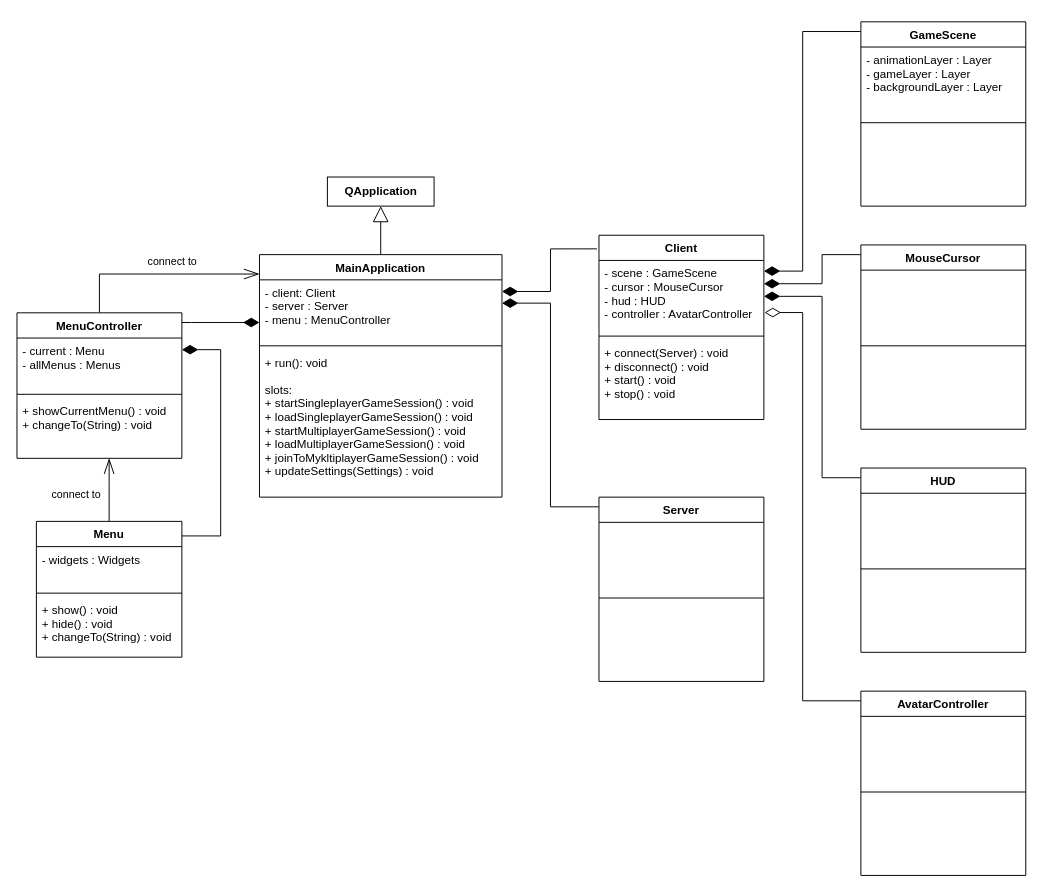
The draw.io diagram doc/class_diagram.drawio in TadekBiela/heisttown, before the edit. Source tidied: cells renumbered, new cells numbered last; positions are measured from the earlier drawing's top-left corner, leaving out a move shared by most shapes. Both pictures are drawn from the tidied source at 97%, with x=0, y=0 at pixel (16, 21).
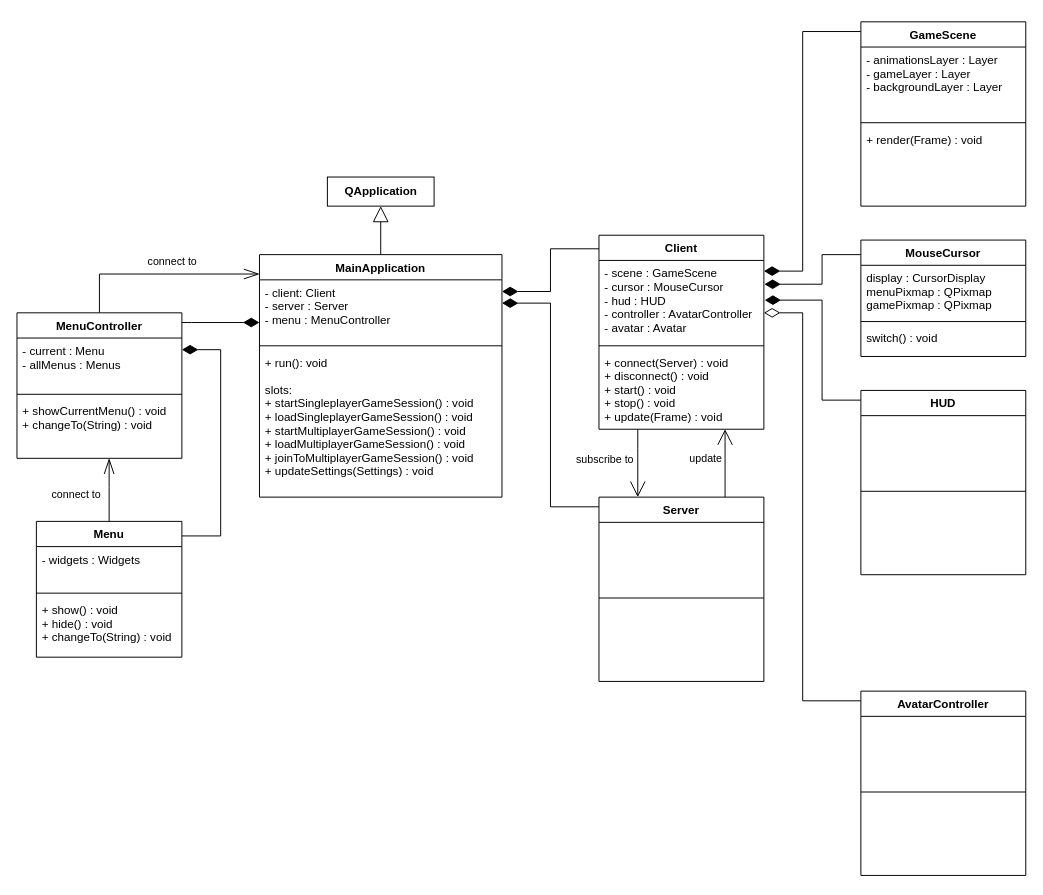
After the change.

Commit message:
Added MouseCursor to class diagram

Unchanged cells that the change refers to:
```xml
<mxCell id="3" value="MainApplication" style="swimlane;fontStyle=1;align=center;verticalAlign=top;horizontal=1;startSize=26;" parent="1" vertex="1">
  <mxGeometry x="250" y="240" width="250" height="250" as="geometry" />
</mxCell>
<mxCell id="4" value="- client: Client&#10;- server : Server&#10;- menu : MenuController" style="text;strokeColor=none;fillColor=none;align=left;verticalAlign=top;spacingLeft=4;spacingRight=4;overflow=hidden;points=[[0,0.5],[1,0.5]];portConstraint=eastwest;" parent="3" vertex="1">
  <mxGeometry y="26" width="250" height="64" as="geometry" />
</mxCell>
<mxCell id="27" value="Server" style="swimlane;fontStyle=1;align=center;verticalAlign=top;horizontal=1;startSize=26;" parent="1" vertex="1">
  <mxGeometry x="600" y="490" width="170" height="190" as="geometry" />
</mxCell>
<mxCell id="32" value="GameScene" style="swimlane;fontStyle=1;align=center;verticalAlign=top;horizontal=1;startSize=26;" parent="1" vertex="1">
  <mxGeometry x="870" width="170" height="190" as="geometry" />
</mxCell>
<mxCell id="47" value="AvatarController" style="swimlane;fontStyle=1;align=center;verticalAlign=top;horizontal=1;startSize=26;" parent="1" vertex="1">
  <mxGeometry x="870" y="690" width="170" height="190" as="geometry" />
</mxCell>
```

Diff of the diagram source:
```diff
@@
-    <mxCell id="6" value="+ run(): void&#10;&#10;slots:&#10;+ startSingleplayerGameSession() : void&#10;+ loadSingleplayerGameSession() : void&#10;+ startMultiplayerGameSession() : void&#10;+ loadMultiplayerGameSession() : void&#10;+ joinToMykltiplayerGameSession() : void&#10;+ updateSettings(Settings) : void" style="text;strokeColor=none;fillColor=none;align=left;verticalAlign=top;spacingLeft=4;spacingRight=4;overflow=hidden;" parent="3" vertex="1">
+    <mxCell id="6" value="+ run(): void&#10;&#10;slots:&#10;+ startSingleplayerGameSession() : void&#10;+ loadSingleplayerGameSession() : void&#10;+ startMultiplayerGameSession() : void&#10;+ loadMultiplayerGameSession() : void&#10;+ joinToMultiplayerGameSession() : void&#10;+ updateSettings(Settings) : void" style="text;strokeColor=none;fillColor=none;align=left;verticalAlign=top;spacingLeft=4;spacingRight=4;overflow=hidden;" parent="3" vertex="1">
       <mxGeometry y="98" width="250" height="152" as="geometry" />
     </mxCell>
+    <mxCell id="52" style="edgeStyle=orthogonalEdgeStyle;rounded=0;jettySize=auto;html=1;endArrow=open;endFill=0;endSize=14;" parent="1" edge="1" source="7" target="27">
+      <mxGeometry relative="1" as="geometry">
+        <Array as="points">
+          <mxPoint x="640" y="440" />
+          <mxPoint x="640" y="440" />
+        </Array>
+      </mxGeometry>
+    </mxCell>
+    <mxCell id="53" value="subscribe to" style="edgeLabel;html=1;align=center;verticalAlign=middle;" parent="52" vertex="1">
+      <mxGeometry x="-0.23" y="-1" relative="1" as="geometry">
+        <mxPoint x="-34" y="3" as="offset" />
+      </mxGeometry>
+    </mxCell>
     <mxCell id="7" value="Client" style="swimlane;fontStyle=1;align=center;verticalAlign=top;horizontal=1;startSize=26;" parent="1" vertex="1">
-      <mxGeometry x="600" y="220" width="170" height="190" as="geometry" />
+      <mxGeometry x="600" y="220" width="170" height="200" as="geometry" />
     </mxCell>
-    <mxCell id="8" value="- scene : GameScene&#10;- cursor : MouseCursor&#10;- hud : HUD&#10;- controller : AvatarController" style="text;strokeColor=none;fillColor=none;align=left;verticalAlign=top;spacingLeft=4;spacingRight=4;overflow=hidden;points=[[0,0.5],[1,0.5]];portConstraint=eastwest;" parent="7" vertex="1">
-      <mxGeometry y="26" width="170" height="74" as="geometry" />
+    <mxCell id="8" value="- scene : GameScene&#10;- cursor : MouseCursor&#10;- hud : HUD&#10;- controller : AvatarController&#10;- avatar : Avatar" style="text;strokeColor=none;fillColor=none;align=left;verticalAlign=top;spacingLeft=4;spacingRight=4;overflow=hidden;points=[[0,0.5],[1,0.5]];portConstraint=eastwest;" parent="7" vertex="1">
+      <mxGeometry y="26" width="170" height="84" as="geometry" />
     </mxCell>
     <mxCell id="9" style="line;strokeWidth=1;fillColor=none;align=left;verticalAlign=middle;spacingTop=-1;spacingLeft=3;spacingRight=3;labelPosition=right;" parent="7" vertex="1">
-      <mxGeometry y="100" width="170" height="8" as="geometry" />
+      <mxGeometry y="110" width="170" height="8" as="geometry" />
     </mxCell>
-    <mxCell id="10" value="+ connect(Server) : void&#10;+ disconnect() : void&#10;+ start() : void&#10;+ stop() : void" style="text;strokeColor=none;fillColor=none;align=left;verticalAlign=top;spacingLeft=4;spacingRight=4;overflow=hidden;" parent="7" vertex="1">
-      <mxGeometry y="108" width="170" height="82" as="geometry" />
+    <mxCell id="10" value="+ connect(Server) : void&#10;+ disconnect() : void&#10;+ start() : void&#10;+ stop() : void&#10;+ update(Frame) : void" style="text;strokeColor=none;fillColor=none;align=left;verticalAlign=top;spacingLeft=4;spacingRight=4;overflow=hidden;" parent="7" vertex="1">
+      <mxGeometry y="118" width="170" height="82" as="geometry" />
     </mxCell>
-    <mxCell id="11" style="edgeStyle=orthogonalEdgeStyle;rounded=0;jettySize=auto;html=1;entryX=1;entryY=0.188;entryDx=0;entryDy=0;entryPerimeter=0;exitX=-0.012;exitY=0.074;exitDx=0;exitDy=0;exitPerimeter=0;endArrow=diamondThin;endFill=1;endSize=14;" parent="1" edge="1" source="7" target="4">
+    <mxCell id="11" style="edgeStyle=orthogonalEdgeStyle;rounded=0;jettySize=auto;html=1;entryX=1;entryY=0.188;entryDx=0;entryDy=0;entryPerimeter=0;endArrow=diamondThin;endFill=1;endSize=14;" parent="1" edge="1" source="7" target="4">
       <mxGeometry relative="1" as="geometry">
         <Array as="points">
           <mxPoint x="550" y="234" />
           <mxPoint x="550" y="278" />
         </Array>
       </mxGeometry>
     </mxCell>
@@
+    <mxCell id="54" value="update" style="edgeStyle=orthogonalEdgeStyle;rounded=0;jettySize=auto;html=1;endArrow=open;endFill=0;endSize=14;" parent="1" edge="1" source="27" target="7">
+      <mxGeometry x="0.14" y="20" relative="1" as="geometry">
+        <Array as="points">
+          <mxPoint x="730" y="450" />
+          <mxPoint x="730" y="450" />
+        </Array>
+      </mxGeometry>
+    </mxCell>
@@
-    <mxCell id="33" value="- animationLayer : Layer&#10;- gameLayer : Layer&#10;- backgroundLayer : Layer&#10;" style="text;strokeColor=none;fillColor=none;align=left;verticalAlign=top;spacingLeft=4;spacingRight=4;overflow=hidden;" parent="32" vertex="1">
+    <mxCell id="33" value="- animationsLayer : Layer&#10;- gameLayer : Layer&#10;- backgroundLayer : Layer&#10;" style="text;strokeColor=none;fillColor=none;align=left;verticalAlign=top;spacingLeft=4;spacingRight=4;overflow=hidden;" parent="32" vertex="1">
       <mxGeometry y="26" width="170" height="74" as="geometry" />
     </mxCell>
@@
-    <mxCell id="35" value="&#10;&#10;&#10;" style="text;strokeColor=none;fillColor=none;align=left;verticalAlign=top;spacingLeft=4;spacingRight=4;overflow=hidden;" parent="32" vertex="1">
+    <mxCell id="35" value="+ render(Frame) : void" style="text;strokeColor=none;fillColor=none;align=left;verticalAlign=top;spacingLeft=4;spacingRight=4;overflow=hidden;" parent="32" vertex="1">
       <mxGeometry y="108" width="170" height="82" as="geometry" />
     </mxCell>
-    <mxCell id="36" style="edgeStyle=orthogonalEdgeStyle;rounded=0;jettySize=auto;html=1;endArrow=diamondThin;endFill=1;endSize=14;" parent="1" edge="1" source="37" target="8">
+    <mxCell id="36" style="edgeStyle=orthogonalEdgeStyle;rounded=0;jettySize=auto;html=1;endArrow=diamondThin;endFill=1;endSize=14;entryX=1.003;entryY=0.292;entryDx=0;entryDy=0;entryPerimeter=0;" parent="1" edge="1" source="37" target="8">
       <mxGeometry relative="1" as="geometry">
         <Array as="points">
           <mxPoint x="830" y="240" />
-          <mxPoint x="830" y="270" />
+          <mxPoint x="830" y="271" />
         </Array>
       </mxGeometry>
     </mxCell>
-    <mxCell id="37" value="MouseCursor" style="swimlane;fontStyle=1;align=center;verticalAlign=top;horizontal=1;startSize=26;" parent="1" vertex="1">
-      <mxGeometry x="870" y="230" width="170" height="190" as="geometry" />
-    </mxCell>
-    <mxCell id="38" value="&#10;&#10;&#10;&#10;" style="text;strokeColor=none;fillColor=none;align=left;verticalAlign=top;spacingLeft=4;spacingRight=4;overflow=hidden;" parent="37" vertex="1">
-      <mxGeometry y="26" width="170" height="74" as="geometry" />
-    </mxCell>
-    <mxCell id="39" style="line;strokeWidth=1;fillColor=none;align=left;verticalAlign=middle;spacingTop=-1;spacingLeft=3;spacingRight=3;labelPosition=right;" parent="37" vertex="1">
-      <mxGeometry y="100" width="170" height="8" as="geometry" />
-    </mxCell>
-    <mxCell id="40" value="&#10;&#10;&#10;" style="text;strokeColor=none;fillColor=none;align=left;verticalAlign=top;spacingLeft=4;spacingRight=4;overflow=hidden;" parent="37" vertex="1">
-      <mxGeometry y="108" width="170" height="82" as="geometry" />
-    </mxCell>
-    <mxCell id="41" style="edgeStyle=orthogonalEdgeStyle;rounded=0;jettySize=auto;html=1;endArrow=diamondThin;endFill=1;endSize=14;" parent="1" edge="1" source="42" target="8">
+    <mxCell id="41" style="edgeStyle=orthogonalEdgeStyle;rounded=0;jettySize=auto;html=1;endArrow=diamondThin;endFill=1;endSize=14;entryX=1.005;entryY=0.487;entryDx=0;entryDy=0;entryPerimeter=0;" parent="1" edge="1" source="42" target="8">
       <mxGeometry relative="1" as="geometry">
         <Array as="points">
-          <mxPoint x="830" y="470" />
-          <mxPoint x="830" y="283" />
+          <mxPoint x="830" y="390" />
+          <mxPoint x="830" y="287" />
         </Array>
       </mxGeometry>
     </mxCell>
     <mxCell id="42" value="HUD" style="swimlane;fontStyle=1;align=center;verticalAlign=top;horizontal=1;startSize=26;" parent="1" vertex="1">
-      <mxGeometry x="870" y="460" width="170" height="190" as="geometry" />
+      <mxGeometry x="870" y="380" width="170" height="190" as="geometry" />
     </mxCell>
@@
-    <mxCell id="46" style="edgeStyle=orthogonalEdgeStyle;rounded=0;jettySize=auto;html=1;endArrow=diamondThin;endFill=0;endSize=14;entryX=1.004;entryY=0.726;entryDx=0;entryDy=0;entryPerimeter=0;" parent="1" edge="1" source="47" target="8">
+    <mxCell id="46" style="edgeStyle=orthogonalEdgeStyle;rounded=0;jettySize=auto;html=1;endArrow=diamondThin;endFill=0;endSize=14;" parent="1" edge="1" source="47" target="8">
       <mxGeometry relative="1" as="geometry">
         <Array as="points">
           <mxPoint x="810" y="700" />
           <mxPoint x="810" y="300" />
         </Array>
       </mxGeometry>
     </mxCell>
@@
+    <mxCell id="37" value="MouseCursor" style="swimlane;fontStyle=1;align=center;verticalAlign=top;horizontal=1;startSize=26;" parent="1" vertex="1">
+      <mxGeometry x="870" y="225" width="170" height="120" as="geometry" />
+    </mxCell>
+    <mxCell id="55" value="display : CursorDisplay&#10;menuPixmap : QPixmap&#10;gamePixmap : QPixmap" style="text;strokeColor=none;fillColor=none;align=left;verticalAlign=top;spacingLeft=4;spacingRight=4;overflow=hidden;" parent="37" vertex="1">
+      <mxGeometry y="26" width="170" height="54" as="geometry" />
+    </mxCell>
+    <mxCell id="56" style="line;strokeWidth=1;fillColor=none;align=left;verticalAlign=middle;spacingTop=-1;spacingLeft=3;spacingRight=3;labelPosition=right;" parent="37" vertex="1">
+      <mxGeometry y="80" width="170" height="8" as="geometry" />
+    </mxCell>
+    <mxCell id="57" value="switch() : void" style="text;strokeColor=none;fillColor=none;align=left;verticalAlign=top;spacingLeft=4;spacingRight=4;overflow=hidden;" parent="37" vertex="1">
+      <mxGeometry y="88" width="170" height="32" as="geometry" />
+    </mxCell>
```
